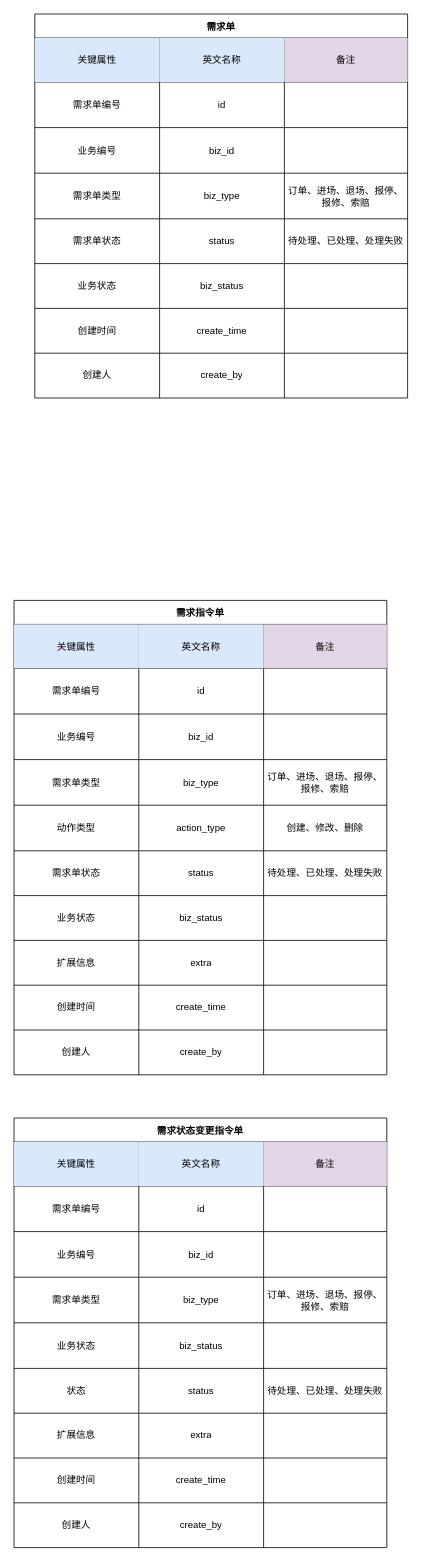
Earlier version of the draw.io diagram page "需求单实体" (25 of 36) of docs/自营重构.drawio (lokiworks/codebase). Source tidied: cells renumbered, new cells numbered last; positions are measured from the earlier drawing's top-left corner, leaving out a move shared by most shapes. Both pictures are drawn from the tidied source at 80%, with x=0, y=0 at pixel (14, 14).
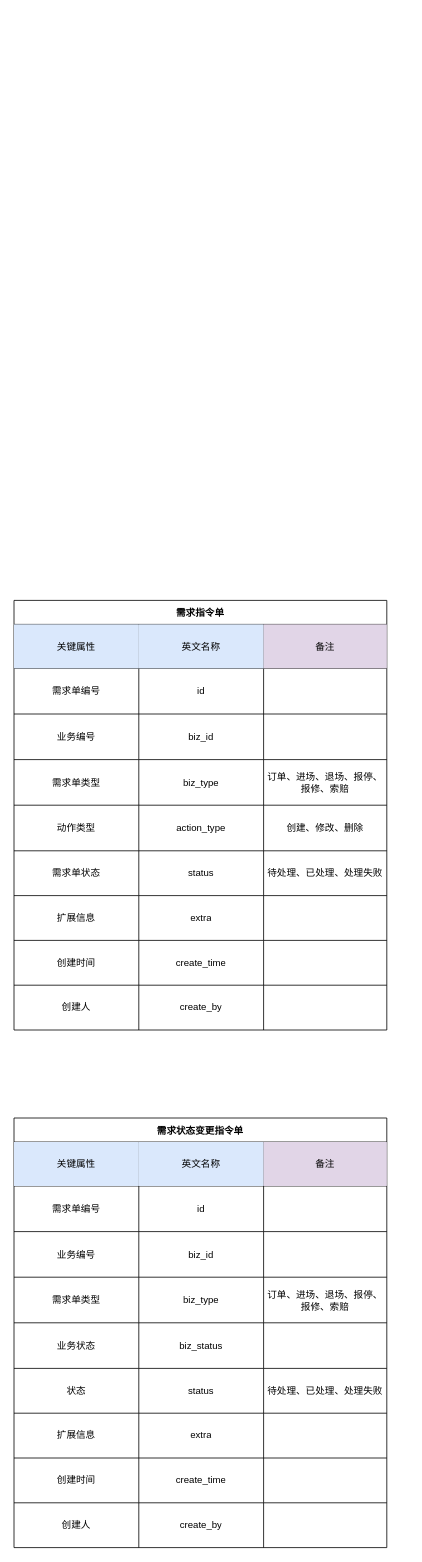
The same page after the edit.

The edit, as a diff of the source:
```diff
@@
     <mxCell id="2" value="需求指令单" style="shape=table;startSize=30;childLayout=tableLayout;fontStyle=1;align=center;" parent="1" vertex="1">
-      <mxGeometry y="733" width="466" height="593" as="geometry" />
+      <mxGeometry y="733" width="466" height="537" as="geometry" />
     </mxCell>
@@
-    <mxCell id="27" style="shape=tableRow;horizontal=0;startSize=0;swimlaneHead=0;swimlaneBody=0;top=0;left=0;bottom=0;right=0;fillColor=none;" parent="2" vertex="1">
-      <mxGeometry y="369" width="466" height="56" as="geometry" />
-    </mxCell>
-    <mxCell id="28" value="业务状态" style="shape=partialRectangle;html=1;whiteSpace=wrap;fillColor=none;top=0;left=0;bottom=0;right=0;overflow=hidden;" parent="27" vertex="1">
-      <mxGeometry width="156" height="56" as="geometry" />
-    </mxCell>
-    <mxCell id="29" value="biz_status" style="shape=partialRectangle;html=1;whiteSpace=wrap;fillColor=none;top=0;left=0;bottom=0;right=0;overflow=hidden;" parent="27" vertex="1">
-      <mxGeometry x="156" width="156" height="56" as="geometry" />
-    </mxCell>
-    <mxCell id="30" style="shape=partialRectangle;html=1;whiteSpace=wrap;fillColor=none;top=0;left=0;bottom=0;right=0;overflow=hidden;" parent="27" vertex="1">
-      <mxGeometry x="312" width="154" height="56" as="geometry" />
-    </mxCell>
     <mxCell id="31" style="shape=tableRow;horizontal=0;startSize=0;swimlaneHead=0;swimlaneBody=0;top=0;left=0;bottom=0;right=0;fillColor=none;" parent="2" vertex="1">
-      <mxGeometry y="425" width="466" height="56" as="geometry" />
+      <mxGeometry y="369" width="466" height="56" as="geometry" />
     </mxCell>
@@
     <mxCell id="35" style="shape=tableRow;horizontal=0;startSize=0;swimlaneHead=0;swimlaneBody=0;top=0;left=0;bottom=0;right=0;fillColor=none;" parent="2" vertex="1">
-      <mxGeometry y="481" width="466" height="56" as="geometry" />
+      <mxGeometry y="425" width="466" height="56" as="geometry" />
     </mxCell>
@@
     <mxCell id="39" style="shape=tableRow;horizontal=0;startSize=0;swimlaneHead=0;swimlaneBody=0;top=0;left=0;bottom=0;right=0;fillColor=none;" parent="2" vertex="1">
-      <mxGeometry y="537" width="466" height="56" as="geometry" />
+      <mxGeometry y="481" width="466" height="56" as="geometry" />
     </mxCell>
@@
-    <mxCell id="80" value="需求单" style="shape=table;startSize=30;childLayout=tableLayout;fontStyle=1;align=center;" parent="1" vertex="1">
-      <mxGeometry x="26" width="466" height="480" as="geometry" />
-    </mxCell>
-    <mxCell id="81" style="shape=tableRow;horizontal=0;startSize=0;swimlaneHead=0;swimlaneBody=0;top=0;left=0;bottom=0;right=0;fillColor=none;" parent="80" vertex="1">
-      <mxGeometry y="30" width="466" height="55" as="geometry" />
-    </mxCell>
-    <mxCell id="82" value="关键属性" style="shape=partialRectangle;html=1;whiteSpace=wrap;fillColor=#dae8fc;top=0;left=0;bottom=0;right=0;overflow=hidden;strokeColor=#6c8ebf;" parent="81" vertex="1">
-      <mxGeometry width="156" height="55" as="geometry" />
-    </mxCell>
-    <mxCell id="83" value="英文名称" style="shape=partialRectangle;html=1;whiteSpace=wrap;fillColor=#dae8fc;top=0;left=0;bottom=0;right=0;overflow=hidden;strokeColor=#6c8ebf;" parent="81" vertex="1">
-      <mxGeometry x="156" width="156" height="55" as="geometry" />
-    </mxCell>
-    <mxCell id="84" value="备注" style="shape=partialRectangle;html=1;whiteSpace=wrap;fillColor=#e1d5e7;top=0;left=0;bottom=0;right=0;overflow=hidden;strokeColor=#9673a6;" parent="81" vertex="1">
-      <mxGeometry x="312" width="154" height="55" as="geometry" />
-    </mxCell>
-    <mxCell id="85" style="shape=tableRow;horizontal=0;startSize=0;swimlaneHead=0;swimlaneBody=0;top=0;left=0;bottom=0;right=0;fillColor=none;" parent="80" vertex="1">
-      <mxGeometry y="85" width="466" height="57" as="geometry" />
-    </mxCell>
-    <mxCell id="86" value="需求单编号" style="shape=partialRectangle;html=1;whiteSpace=wrap;fillColor=none;top=0;left=0;bottom=0;right=0;overflow=hidden;" parent="85" vertex="1">
-      <mxGeometry width="156" height="57" as="geometry" />
-    </mxCell>
-    <mxCell id="87" value="id" style="shape=partialRectangle;html=1;whiteSpace=wrap;fillColor=none;top=0;left=0;bottom=0;right=0;overflow=hidden;" parent="85" vertex="1">
-      <mxGeometry x="156" width="156" height="57" as="geometry" />
-    </mxCell>
-    <mxCell id="88" style="shape=partialRectangle;html=1;whiteSpace=wrap;fillColor=none;top=0;left=0;bottom=0;right=0;overflow=hidden;" parent="85" vertex="1">
-      <mxGeometry x="312" width="154" height="57" as="geometry" />
-    </mxCell>
-    <mxCell id="89" style="shape=tableRow;horizontal=0;startSize=0;swimlaneHead=0;swimlaneBody=0;top=0;left=0;bottom=0;right=0;fillColor=none;" parent="80" vertex="1">
-      <mxGeometry y="142" width="466" height="57" as="geometry" />
-    </mxCell>
-    <mxCell id="90" value="业务编号" style="shape=partialRectangle;html=1;whiteSpace=wrap;fillColor=none;top=0;left=0;bottom=0;right=0;overflow=hidden;" parent="89" vertex="1">
-      <mxGeometry width="156" height="57" as="geometry" />
-    </mxCell>
-    <mxCell id="91" value="biz_id" style="shape=partialRectangle;html=1;whiteSpace=wrap;fillColor=none;top=0;left=0;bottom=0;right=0;overflow=hidden;" parent="89" vertex="1">
-      <mxGeometry x="156" width="156" height="57" as="geometry" />
-    </mxCell>
-    <mxCell id="92" style="shape=partialRectangle;html=1;whiteSpace=wrap;fillColor=none;top=0;left=0;bottom=0;right=0;overflow=hidden;" parent="89" vertex="1">
-      <mxGeometry x="312" width="154" height="57" as="geometry" />
-    </mxCell>
-    <mxCell id="93" style="shape=tableRow;horizontal=0;startSize=0;swimlaneHead=0;swimlaneBody=0;top=0;left=0;bottom=0;right=0;fillColor=none;" parent="80" vertex="1">
-      <mxGeometry y="199" width="466" height="57" as="geometry" />
-    </mxCell>
-    <mxCell id="94" value="需求单类型" style="shape=partialRectangle;html=1;whiteSpace=wrap;fillColor=none;top=0;left=0;bottom=0;right=0;overflow=hidden;" parent="93" vertex="1">
-      <mxGeometry width="156" height="57" as="geometry" />
-    </mxCell>
-    <mxCell id="95" value="biz_type" style="shape=partialRectangle;html=1;whiteSpace=wrap;fillColor=none;top=0;left=0;bottom=0;right=0;overflow=hidden;" parent="93" vertex="1">
-      <mxGeometry x="156" width="156" height="57" as="geometry" />
-    </mxCell>
-    <mxCell id="96" value="订单、进场、退场、报停、报修、索赔" style="shape=partialRectangle;html=1;whiteSpace=wrap;fillColor=none;top=0;left=0;bottom=0;right=0;overflow=hidden;" parent="93" vertex="1">
-      <mxGeometry x="312" width="154" height="57" as="geometry" />
-    </mxCell>
-    <mxCell id="97" style="shape=tableRow;horizontal=0;startSize=0;swimlaneHead=0;swimlaneBody=0;top=0;left=0;bottom=0;right=0;fillColor=none;" parent="80" vertex="1">
-      <mxGeometry y="256" width="466" height="56" as="geometry" />
-    </mxCell>
-    <mxCell id="98" value="需求单状态" style="shape=partialRectangle;html=1;whiteSpace=wrap;fillColor=none;top=0;left=0;bottom=0;right=0;overflow=hidden;" parent="97" vertex="1">
-      <mxGeometry width="156" height="56" as="geometry" />
-    </mxCell>
-    <mxCell id="99" value="status" style="shape=partialRectangle;html=1;whiteSpace=wrap;fillColor=none;top=0;left=0;bottom=0;right=0;overflow=hidden;" parent="97" vertex="1">
-      <mxGeometry x="156" width="156" height="56" as="geometry" />
-    </mxCell>
-    <mxCell id="100" value="待处理、已处理、处理失败" style="shape=partialRectangle;html=1;whiteSpace=wrap;fillColor=none;top=0;left=0;bottom=0;right=0;overflow=hidden;" parent="97" vertex="1">
-      <mxGeometry x="312" width="154" height="56" as="geometry" />
-    </mxCell>
-    <mxCell id="101" style="shape=tableRow;horizontal=0;startSize=0;swimlaneHead=0;swimlaneBody=0;top=0;left=0;bottom=0;right=0;fillColor=none;" parent="80" vertex="1">
-      <mxGeometry y="312" width="466" height="56" as="geometry" />
-    </mxCell>
-    <mxCell id="102" value="业务状态" style="shape=partialRectangle;html=1;whiteSpace=wrap;fillColor=none;top=0;left=0;bottom=0;right=0;overflow=hidden;" parent="101" vertex="1">
-      <mxGeometry width="156" height="56" as="geometry" />
-    </mxCell>
-    <mxCell id="103" value="biz_status" style="shape=partialRectangle;html=1;whiteSpace=wrap;fillColor=none;top=0;left=0;bottom=0;right=0;overflow=hidden;" parent="101" vertex="1">
-      <mxGeometry x="156" width="156" height="56" as="geometry" />
-    </mxCell>
-    <mxCell id="104" style="shape=partialRectangle;html=1;whiteSpace=wrap;fillColor=none;top=0;left=0;bottom=0;right=0;overflow=hidden;" parent="101" vertex="1">
-      <mxGeometry x="312" width="154" height="56" as="geometry" />
-    </mxCell>
-    <mxCell id="105" style="shape=tableRow;horizontal=0;startSize=0;swimlaneHead=0;swimlaneBody=0;top=0;left=0;bottom=0;right=0;fillColor=none;" parent="80" vertex="1">
-      <mxGeometry y="368" width="466" height="56" as="geometry" />
-    </mxCell>
-    <mxCell id="106" value="创建时间" style="shape=partialRectangle;html=1;whiteSpace=wrap;fillColor=none;top=0;left=0;bottom=0;right=0;overflow=hidden;" parent="105" vertex="1">
-      <mxGeometry width="156" height="56" as="geometry" />
-    </mxCell>
-    <mxCell id="107" value="create_time" style="shape=partialRectangle;html=1;whiteSpace=wrap;fillColor=none;top=0;left=0;bottom=0;right=0;overflow=hidden;" parent="105" vertex="1">
-      <mxGeometry x="156" width="156" height="56" as="geometry" />
-    </mxCell>
-    <mxCell id="108" style="shape=partialRectangle;html=1;whiteSpace=wrap;fillColor=none;top=0;left=0;bottom=0;right=0;overflow=hidden;" parent="105" vertex="1">
-      <mxGeometry x="312" width="154" height="56" as="geometry" />
-    </mxCell>
-    <mxCell id="109" style="shape=tableRow;horizontal=0;startSize=0;swimlaneHead=0;swimlaneBody=0;top=0;left=0;bottom=0;right=0;fillColor=none;" parent="80" vertex="1">
-      <mxGeometry y="424" width="466" height="56" as="geometry" />
-    </mxCell>
-    <mxCell id="110" value="创建人" style="shape=partialRectangle;html=1;whiteSpace=wrap;fillColor=none;top=0;left=0;bottom=0;right=0;overflow=hidden;" parent="109" vertex="1">
-      <mxGeometry width="156" height="56" as="geometry" />
-    </mxCell>
-    <mxCell id="111" value="create_by" style="shape=partialRectangle;html=1;whiteSpace=wrap;fillColor=none;top=0;left=0;bottom=0;right=0;overflow=hidden;" parent="109" vertex="1">
-      <mxGeometry x="156" width="156" height="56" as="geometry" />
-    </mxCell>
-    <mxCell id="112" style="shape=partialRectangle;html=1;whiteSpace=wrap;fillColor=none;top=0;left=0;bottom=0;right=0;overflow=hidden;" parent="109" vertex="1">
-      <mxGeometry x="312" width="154" height="56" as="geometry" />
-    </mxCell>
```
